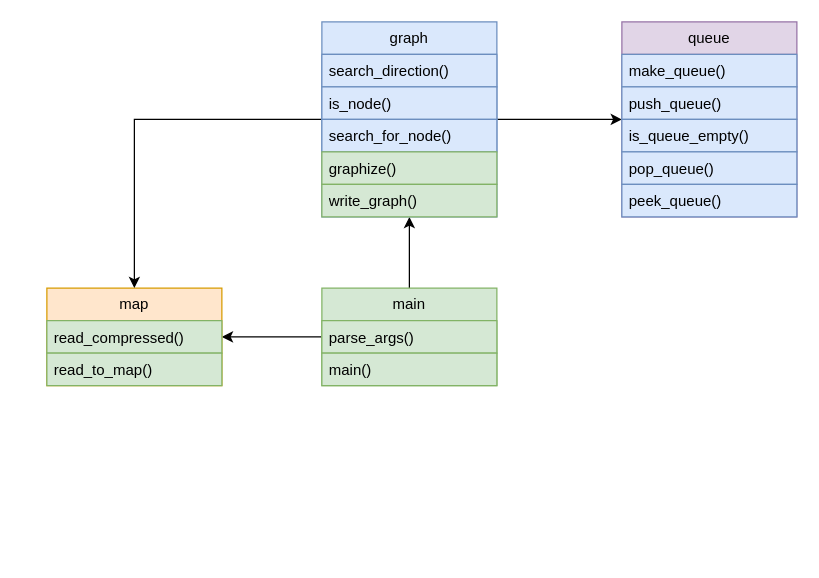
Earlier version of the draw.io diagram .drawio/pp.drawio (ATTWGRAT/A-MAZE-ING). Source tidied: cells renumbered, new cells numbered last; positions are measured from the earlier drawing's top-left corner, leaving out a move shared by most shapes. Both pictures are drawn from the tidied source at 125%, with x=0, y=0 at pixel (46, 21).
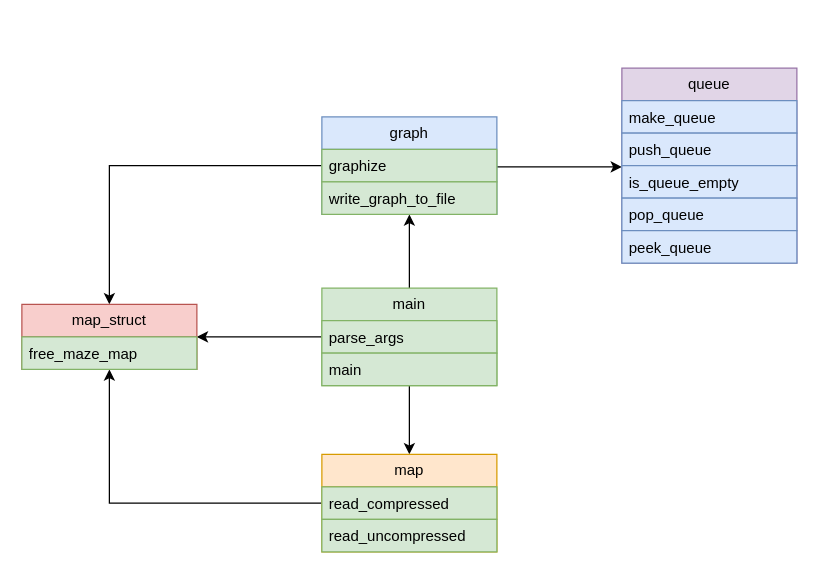
The same diagram, later.

Unchanged cells that the change refers to:
```xml
<mxCell id="4" value="main" style="swimlane;fontStyle=0;horizontal=1;startSize=26;fillColor=#d5e8d4;whiteSpace=wrap;html=1;strokeColor=#82b366;" parent="1" vertex="1">
  <mxGeometry x="220" y="213" width="140" height="78" as="geometry" />
</mxCell>
```

Change to the diagram source:
```diff
@@
+    <mxCell id="24" style="edgeStyle=orthogonalEdgeStyle;rounded=0;jettySize=auto;html=1;" parent="1" edge="1" source="4" target="27">
+      <mxGeometry relative="1" as="geometry" />
+    </mxCell>
@@
-    <mxCell id="5" value="parse_args()" style="text;strokeColor=#82b366;fillColor=#d5e8d4;align=left;verticalAlign=top;spacingLeft=4;spacingRight=4;overflow=hidden;whiteSpace=wrap;html=1;" parent="4" vertex="1">
+    <mxCell id="5" value="parse_args" style="text;strokeColor=#82b366;fillColor=#d5e8d4;align=left;verticalAlign=top;spacingLeft=4;spacingRight=4;overflow=hidden;whiteSpace=wrap;html=1;" parent="4" vertex="1">
       <mxGeometry y="26" width="140" height="26" as="geometry" />
     </mxCell>
-    <mxCell id="6" value="main()" style="text;strokeColor=#82b366;fillColor=#d5e8d4;align=left;verticalAlign=top;spacingLeft=4;spacingRight=4;overflow=hidden;whiteSpace=wrap;html=1;" parent="4" vertex="1">
+    <mxCell id="6" value="main" style="text;strokeColor=#82b366;fillColor=#d5e8d4;align=left;verticalAlign=top;spacingLeft=4;spacingRight=4;overflow=hidden;whiteSpace=wrap;html=1;" parent="4" vertex="1">
       <mxGeometry y="52" width="140" height="26" as="geometry" />
     </mxCell>
+    <mxCell id="25" style="edgeStyle=orthogonalEdgeStyle;rounded=0;jettySize=auto;html=1;" parent="1" edge="1" source="7" target="27">
+      <mxGeometry relative="1" as="geometry" />
+    </mxCell>
     <mxCell id="7" value="map" style="swimlane;fontStyle=0;horizontal=1;startSize=26;fillColor=#ffe6cc;whiteSpace=wrap;html=1;strokeColor=#d79b00;" parent="1" vertex="1">
-      <mxGeometry y="213" width="140" height="78" as="geometry" />
+      <mxGeometry x="220" y="346" width="140" height="78" as="geometry" />
     </mxCell>
-    <mxCell id="8" value="read_compressed()&lt;div&gt;&lt;br&gt;&lt;/div&gt;" style="text;strokeColor=#82b366;fillColor=#d5e8d4;align=left;verticalAlign=top;spacingLeft=4;spacingRight=4;overflow=hidden;whiteSpace=wrap;html=1;" parent="7" vertex="1">
+    <mxCell id="8" value="read_compressed&lt;div&gt;&lt;br&gt;&lt;/div&gt;" style="text;strokeColor=#82b366;fillColor=#d5e8d4;align=left;verticalAlign=top;spacingLeft=4;spacingRight=4;overflow=hidden;whiteSpace=wrap;html=1;" parent="7" vertex="1">
       <mxGeometry y="26" width="140" height="26" as="geometry" />
     </mxCell>
-    <mxCell id="9" value="read_to_map()" style="text;strokeColor=#82b366;fillColor=#d5e8d4;align=left;verticalAlign=top;spacingLeft=4;spacingRight=4;overflow=hidden;whiteSpace=wrap;html=1;" parent="7" vertex="1">
+    <mxCell id="9" value="read_uncompressed" style="text;strokeColor=#82b366;fillColor=#d5e8d4;align=left;verticalAlign=top;spacingLeft=4;spacingRight=4;overflow=hidden;whiteSpace=wrap;html=1;" parent="7" vertex="1">
       <mxGeometry y="52" width="140" height="26" as="geometry" />
     </mxCell>
     <mxCell id="10" style="edgeStyle=orthogonalEdgeStyle;rounded=0;jettySize=auto;html=1;" parent="1" edge="1" source="12" target="18">
       <mxGeometry relative="1" as="geometry">
         <Array as="points">
-          <mxPoint x="390" y="78" />
-          <mxPoint x="390" y="78" />
+          <mxPoint x="420" y="116" />
+          <mxPoint x="420" y="116" />
         </Array>
       </mxGeometry>
     </mxCell>
-    <mxCell id="11" style="edgeStyle=orthogonalEdgeStyle;rounded=0;jettySize=auto;html=1;" parent="1" edge="1" source="12" target="7">
-      <mxGeometry relative="1" as="geometry" />
-    </mxCell>
+    <mxCell id="26" style="edgeStyle=orthogonalEdgeStyle;rounded=0;jettySize=auto;html=1;" parent="1" edge="1" source="12" target="27">
+      <mxGeometry relative="1" as="geometry" />
+    </mxCell>
     <mxCell id="12" value="graph" style="swimlane;fontStyle=0;horizontal=1;startSize=26;fillColor=#dae8fc;whiteSpace=wrap;html=1;strokeColor=#6c8ebf;" parent="1" vertex="1">
-      <mxGeometry x="220" width="140" height="156" as="geometry" />
+      <mxGeometry x="220" y="76" width="140" height="78" as="geometry" />
     </mxCell>
-    <mxCell id="13" value="search_direction()" style="text;strokeColor=#6c8ebf;fillColor=#dae8fc;align=left;verticalAlign=top;spacingLeft=4;spacingRight=4;overflow=hidden;whiteSpace=wrap;html=1;" parent="12" vertex="1">
-      <mxGeometry y="26" width="140" height="26" as="geometry" />
-    </mxCell>
-    <mxCell id="14" value="is_node()" style="text;strokeColor=#6c8ebf;fillColor=#dae8fc;align=left;verticalAlign=top;spacingLeft=4;spacingRight=4;overflow=hidden;whiteSpace=wrap;html=1;" parent="12" vertex="1">
-      <mxGeometry y="52" width="140" height="26" as="geometry" />
-    </mxCell>
-    <mxCell id="15" value="search_for_node()" style="text;strokeColor=#6c8ebf;fillColor=#dae8fc;align=left;verticalAlign=top;spacingLeft=4;spacingRight=4;overflow=hidden;whiteSpace=wrap;html=1;" parent="12" vertex="1">
-      <mxGeometry y="78" width="140" height="26" as="geometry" />
-    </mxCell>
-    <mxCell id="16" value="graphize()" style="text;strokeColor=#82b366;fillColor=#d5e8d4;align=left;verticalAlign=top;spacingLeft=4;spacingRight=4;overflow=hidden;whiteSpace=wrap;html=1;" parent="12" vertex="1">
-      <mxGeometry y="104" width="140" height="26" as="geometry" />
+    <mxCell id="16" value="graphize" style="text;strokeColor=#82b366;fillColor=#d5e8d4;align=left;verticalAlign=top;spacingLeft=4;spacingRight=4;overflow=hidden;whiteSpace=wrap;html=1;" parent="12" vertex="1">
+      <mxGeometry y="26" width="140" height="26" as="geometry" />
     </mxCell>
-    <mxCell id="17" value="write_graph()" style="text;strokeColor=#82b366;fillColor=#d5e8d4;align=left;verticalAlign=top;spacingLeft=4;spacingRight=4;overflow=hidden;whiteSpace=wrap;html=1;" parent="12" vertex="1">
-      <mxGeometry y="130" width="140" height="26" as="geometry" />
+    <mxCell id="17" value="write_graph_to_file" style="text;strokeColor=#82b366;fillColor=#d5e8d4;align=left;verticalAlign=top;spacingLeft=4;spacingRight=4;overflow=hidden;whiteSpace=wrap;html=1;" parent="12" vertex="1">
+      <mxGeometry y="52" width="140" height="26" as="geometry" />
     </mxCell>
     <mxCell id="18" value="queue" style="swimlane;fontStyle=0;horizontal=1;startSize=26;fillColor=#e1d5e7;whiteSpace=wrap;html=1;strokeColor=#9673a6;" parent="1" vertex="1">
-      <mxGeometry x="460" width="140" height="156" as="geometry" />
+      <mxGeometry x="460" y="37" width="140" height="156" as="geometry" />
     </mxCell>
-    <mxCell id="19" value="make_queue()" style="text;strokeColor=#6c8ebf;fillColor=#dae8fc;align=left;verticalAlign=top;spacingLeft=4;spacingRight=4;overflow=hidden;whiteSpace=wrap;html=1;" parent="18" vertex="1">
+    <mxCell id="19" value="make_queue" style="text;strokeColor=#6c8ebf;fillColor=#dae8fc;align=left;verticalAlign=top;spacingLeft=4;spacingRight=4;overflow=hidden;whiteSpace=wrap;html=1;" parent="18" vertex="1">
       <mxGeometry y="26" width="140" height="26" as="geometry" />
     </mxCell>
-    <mxCell id="20" value="push_queue()" style="text;strokeColor=#6c8ebf;fillColor=#dae8fc;align=left;verticalAlign=top;spacingLeft=4;spacingRight=4;overflow=hidden;whiteSpace=wrap;html=1;" parent="18" vertex="1">
+    <mxCell id="20" value="push_queue" style="text;strokeColor=#6c8ebf;fillColor=#dae8fc;align=left;verticalAlign=top;spacingLeft=4;spacingRight=4;overflow=hidden;whiteSpace=wrap;html=1;" parent="18" vertex="1">
       <mxGeometry y="52" width="140" height="26" as="geometry" />
     </mxCell>
-    <mxCell id="21" value="is_queue_empty()" style="text;strokeColor=#6c8ebf;fillColor=#dae8fc;align=left;verticalAlign=top;spacingLeft=4;spacingRight=4;overflow=hidden;whiteSpace=wrap;html=1;" parent="18" vertex="1">
+    <mxCell id="21" value="is_queue_empty" style="text;strokeColor=#6c8ebf;fillColor=#dae8fc;align=left;verticalAlign=top;spacingLeft=4;spacingRight=4;overflow=hidden;whiteSpace=wrap;html=1;" parent="18" vertex="1">
       <mxGeometry y="78" width="140" height="26" as="geometry" />
     </mxCell>
-    <mxCell id="22" value="pop_queue()" style="text;strokeColor=#6c8ebf;fillColor=#dae8fc;align=left;verticalAlign=top;spacingLeft=4;spacingRight=4;overflow=hidden;whiteSpace=wrap;html=1;" parent="18" vertex="1">
+    <mxCell id="22" value="pop_queue" style="text;strokeColor=#6c8ebf;fillColor=#dae8fc;align=left;verticalAlign=top;spacingLeft=4;spacingRight=4;overflow=hidden;whiteSpace=wrap;html=1;" parent="18" vertex="1">
       <mxGeometry y="104" width="140" height="26" as="geometry" />
     </mxCell>
-    <mxCell id="23" value="peek_queue()" style="text;strokeColor=#6c8ebf;fillColor=#dae8fc;align=left;verticalAlign=top;spacingLeft=4;spacingRight=4;overflow=hidden;whiteSpace=wrap;html=1;" parent="18" vertex="1">
+    <mxCell id="23" value="peek_queue" style="text;strokeColor=#6c8ebf;fillColor=#dae8fc;align=left;verticalAlign=top;spacingLeft=4;spacingRight=4;overflow=hidden;whiteSpace=wrap;html=1;" parent="18" vertex="1">
       <mxGeometry y="130" width="140" height="26" as="geometry" />
     </mxCell>
+    <mxCell id="27" value="map_struct" style="swimlane;fontStyle=0;horizontal=1;startSize=26;fillColor=#f8cecc;whiteSpace=wrap;html=1;strokeColor=#b85450;" parent="1" vertex="1">
+      <mxGeometry x="-20" y="226" width="140" height="52" as="geometry" />
+    </mxCell>
+    <mxCell id="28" value="free_maze_map" style="text;strokeColor=#82b366;fillColor=#d5e8d4;align=left;verticalAlign=top;spacingLeft=4;spacingRight=4;overflow=hidden;whiteSpace=wrap;html=1;" parent="27" vertex="1">
+      <mxGeometry y="26" width="140" height="26" as="geometry" />
+    </mxCell>
```
